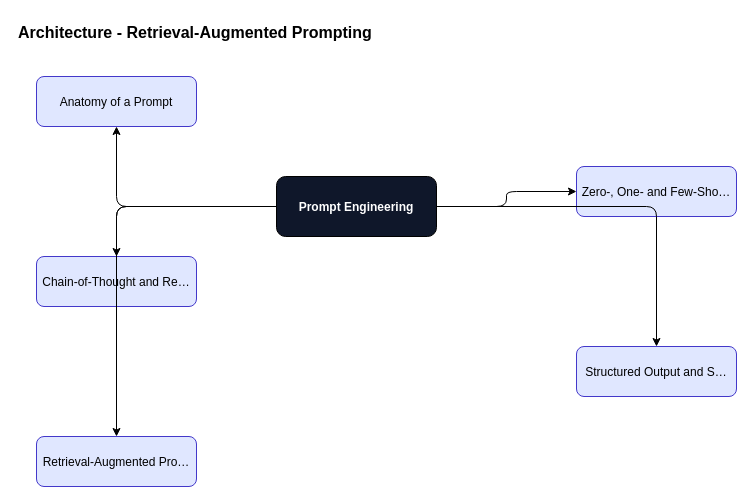
The draw.io diagram content/prompt-engineering/prompt-engineering-foundations/diagrams/fig-007-architecture.drawio in ankit05121980/AI-University, before the edit. Source tidied: cells renumbered, new cells numbered last; positions are measured from the earlier drawing's top-left corner, leaving out a move shared by most shapes. Both pictures are drawn from the tidied source at 100%, with x=0, y=0 at pixel (16, 16).
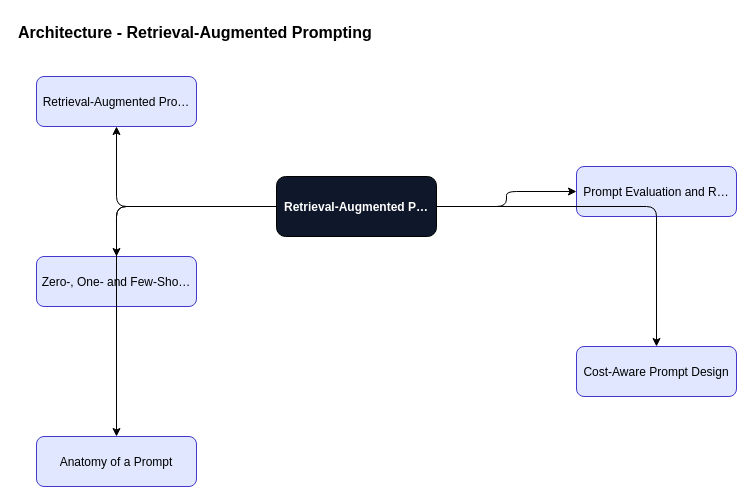
Above is the later version.

What changed in the source:
```diff
@@
 <mxGraphModel>
   <root>
     <mxCell id="0" />
     <mxCell id="1" parent="0" />
     <mxCell id="2" value="Architecture - Retrieval-Augmented Prompting" style="text;fontSize=16;fontStyle=1;" parent="1" vertex="1">
       <mxGeometry width="600" height="30" as="geometry" />
     </mxCell>
-    <mxCell id="3" value="Prompt Engineering" style="rounded=1;fillColor=#0f172a;fontColor=#ffffff;fontStyle=1;" parent="1" vertex="1">
+    <mxCell id="3" value="Retrieval-Augmented P…" style="rounded=1;fillColor=#0f172a;fontColor=#ffffff;fontStyle=1;" parent="1" vertex="1">
       <mxGeometry x="260" y="160" width="160" height="60" as="geometry" />
     </mxCell>
-    <mxCell id="4" value="Anatomy of a Prompt" style="rounded=1;fillColor=#e0e7ff;strokeColor=#4338ca;" parent="1" vertex="1">
+    <mxCell id="4" value="Retrieval-Augmented Pro…" style="rounded=1;fillColor=#e0e7ff;strokeColor=#4338ca;" parent="1" vertex="1">
       <mxGeometry x="20" y="60" width="160" height="50" as="geometry" />
     </mxCell>
     <mxCell id="5" style="edgeStyle=orthogonalEdgeStyle;" parent="1" edge="1" source="3" target="4">
       <mxGeometry relative="1" as="geometry" />
     </mxCell>
-    <mxCell id="6" value="Zero-, One- and Few-Sho…" style="rounded=1;fillColor=#e0e7ff;strokeColor=#4338ca;" parent="1" vertex="1">
+    <mxCell id="6" value="Prompt Evaluation and R…" style="rounded=1;fillColor=#e0e7ff;strokeColor=#4338ca;" parent="1" vertex="1">
       <mxGeometry x="560" y="150" width="160" height="50" as="geometry" />
     </mxCell>
     <mxCell id="7" style="edgeStyle=orthogonalEdgeStyle;" parent="1" edge="1" source="3" target="6">
       <mxGeometry relative="1" as="geometry" />
     </mxCell>
-    <mxCell id="8" value="Chain-of-Thought and Re…" style="rounded=1;fillColor=#e0e7ff;strokeColor=#4338ca;" parent="1" vertex="1">
+    <mxCell id="8" value="Zero-, One- and Few-Sho…" style="rounded=1;fillColor=#e0e7ff;strokeColor=#4338ca;" parent="1" vertex="1">
       <mxGeometry x="20" y="240" width="160" height="50" as="geometry" />
     </mxCell>
     <mxCell id="9" style="edgeStyle=orthogonalEdgeStyle;" parent="1" edge="1" source="3" target="8">
       <mxGeometry relative="1" as="geometry" />
     </mxCell>
-    <mxCell id="10" value="Structured Output and S…" style="rounded=1;fillColor=#e0e7ff;strokeColor=#4338ca;" parent="1" vertex="1">
+    <mxCell id="10" value="Cost-Aware Prompt Design" style="rounded=1;fillColor=#e0e7ff;strokeColor=#4338ca;" parent="1" vertex="1">
       <mxGeometry x="560" y="330" width="160" height="50" as="geometry" />
     </mxCell>
     <mxCell id="11" style="edgeStyle=orthogonalEdgeStyle;" parent="1" edge="1" source="3" target="10">
       <mxGeometry relative="1" as="geometry" />
     </mxCell>
-    <mxCell id="12" value="Retrieval-Augmented Pro…" style="rounded=1;fillColor=#e0e7ff;strokeColor=#4338ca;" parent="1" vertex="1">
+    <mxCell id="12" value="Anatomy of a Prompt" style="rounded=1;fillColor=#e0e7ff;strokeColor=#4338ca;" parent="1" vertex="1">
       <mxGeometry x="20" y="420" width="160" height="50" as="geometry" />
     </mxCell>
     <mxCell id="13" style="edgeStyle=orthogonalEdgeStyle;" parent="1" edge="1" source="3" target="12">
       <mxGeometry relative="1" as="geometry" />
     </mxCell>
   </root>
 </mxGraphModel>
```
